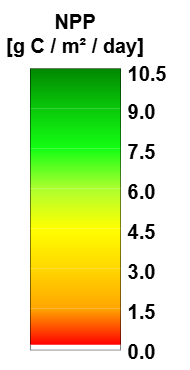
copernicus-land/colourmaps-legends keeps this draw.io diagram as legends/clms_global_npp-npp_300m_v2_10daily.png. Above is the earlier version. Source tidied: cells renumbered, new cells last; positions are measured from the earlier drawing's top-left corner, leaving out a move shared by most shapes. Source of this version:
```xml
<mxGraphModel>
  <root>
    <mxCell id="0" />
    <mxCell id="1" parent="0" />
    <mxCell id="2" style="group;" parent="1" vertex="1">
      <mxGeometry width="190" height="370" as="geometry" />
    </mxCell>
    <mxCell id="3" value="&lt;b&gt;&amp;nbsp;0.0&lt;/b&gt;" style="text;html=1;align=left;verticalAlign=middle;whiteSpace=wrap;rounded=0;fontSize=20;" parent="2" vertex="1">
      <mxGeometry x="120" y="340.5" width="50" height="20" as="geometry" />
    </mxCell>
    <mxCell id="4" value="&lt;b&gt;&amp;nbsp;9.0&lt;/b&gt;" style="text;html=1;align=left;verticalAlign=middle;whiteSpace=wrap;rounded=0;fontSize=20;" parent="2" vertex="1">
      <mxGeometry x="120" y="100.5" width="50" height="20" as="geometry" />
    </mxCell>
    <mxCell id="5" value="NPP&lt;br&gt;[g C / m² / day]" style="text;html=1;align=center;verticalAlign=bottom;whiteSpace=wrap;rounded=0;fontStyle=1;fontSize=20;" parent="2" vertex="1">
      <mxGeometry width="150" height="59.8" as="geometry" />
    </mxCell>
    <mxCell id="6" style="rounded=0;whiteSpace=wrap;html=1;strokeColor=none;fillColor=none;" parent="2" vertex="1">
      <mxGeometry x="10" y="95.5" width="10" height="274.5" as="geometry" />
    </mxCell>
    <mxCell id="7" value="&lt;b&gt;&amp;nbsp;6.0&lt;/b&gt;" style="text;html=1;align=left;verticalAlign=middle;whiteSpace=wrap;rounded=0;fontSize=20;" parent="2" vertex="1">
      <mxGeometry x="120" y="180.5" width="50" height="20" as="geometry" />
    </mxCell>
    <mxCell id="8" value="&lt;b&gt;&amp;nbsp;3.0&lt;/b&gt;" style="text;html=1;align=left;verticalAlign=middle;whiteSpace=wrap;rounded=0;fontSize=20;" parent="2" vertex="1">
      <mxGeometry x="120" y="260.5" width="50" height="20" as="geometry" />
    </mxCell>
    <mxCell id="9" value="&lt;b&gt;&amp;nbsp;7.5&lt;/b&gt;" style="text;html=1;align=left;verticalAlign=middle;whiteSpace=wrap;rounded=0;fontSize=20;" parent="2" vertex="1">
      <mxGeometry x="120" y="140.5" width="50" height="20" as="geometry" />
    </mxCell>
    <mxCell id="10" value="&lt;b&gt;&amp;nbsp;4.5&lt;/b&gt;" style="text;html=1;align=left;verticalAlign=middle;whiteSpace=wrap;rounded=0;fontSize=20;" parent="2" vertex="1">
      <mxGeometry x="120" y="220.5" width="50" height="20" as="geometry" />
    </mxCell>
    <mxCell id="11" value="&lt;b&gt;&amp;nbsp;1.5&lt;/b&gt;" style="text;html=1;align=left;verticalAlign=middle;whiteSpace=wrap;rounded=0;fontSize=20;" parent="2" vertex="1">
      <mxGeometry x="120" y="300.5" width="50" height="20" as="geometry" />
    </mxCell>
    <mxCell id="12" style="rounded=0;whiteSpace=wrap;html=1;strokeColor=none;fillColor=none;" parent="2" vertex="1">
      <mxGeometry x="180" y="95.5" width="10" height="274.5" as="geometry" />
    </mxCell>
    <mxCell id="13" value="&lt;b&gt;&amp;nbsp;10.5&lt;/b&gt;" style="text;html=1;align=left;verticalAlign=middle;whiteSpace=wrap;rounded=0;fontSize=20;" parent="2" vertex="1">
      <mxGeometry x="120" y="63" width="50" height="20" as="geometry" />
    </mxCell>
    <mxCell id="14" style="rounded=0;whiteSpace=wrap;html=1;fillColor=none;strokeColor=#000000;" parent="2" vertex="1">
      <mxGeometry x="30" y="68.5" width="90" height="280.8" as="geometry" />
    </mxCell>
    <mxCell id="15" style="rounded=0;whiteSpace=wrap;html=1;gradientDirection=south;rotation=0;strokeColor=none;" parent="2" vertex="1">
      <mxGeometry x="30" y="344.1" width="90" height="5.1" as="geometry" />
    </mxCell>
    <mxCell id="16" style="rounded=0;whiteSpace=wrap;html=1;gradientColor=light-dark(#FF0000,#FF0000);gradientDirection=south;strokeColor=none;rotation=0;fillColor=light-dark(#FFA500,#FFA500);" parent="2" vertex="1">
      <mxGeometry x="30" y="308.2" width="90" height="36" as="geometry" />
    </mxCell>
    <mxCell id="17" style="rounded=0;whiteSpace=wrap;html=1;gradientColor=light-dark(#FFA500,#FFA500);gradientDirection=south;strokeColor=none;rotation=0;fillColor=light-dark(#FFD700,#FFD700);" parent="2" vertex="1">
      <mxGeometry x="30" y="268.2" width="90" height="40" as="geometry" />
    </mxCell>
    <mxCell id="18" style="rounded=0;whiteSpace=wrap;html=1;gradientColor=light-dark(#FFD700,#FFD700);gradientDirection=south;strokeColor=none;rotation=0;fillColor=light-dark(#FFFF00,#FFFF00);" parent="2" vertex="1">
      <mxGeometry x="30" y="228.2" width="90" height="40" as="geometry" />
    </mxCell>
    <mxCell id="19" style="rounded=0;whiteSpace=wrap;html=1;gradientColor=light-dark(#FFFF00,#FFFF00);gradientDirection=south;strokeColor=none;rotation=0;fillColor=light-dark(#ADFF2F,#ADFF2F);" parent="2" vertex="1">
      <mxGeometry x="30" y="188.2" width="90" height="40" as="geometry" />
    </mxCell>
    <mxCell id="20" style="rounded=0;whiteSpace=wrap;html=1;gradientColor=light-dark(#ADFF2F,#ADFF2F);gradientDirection=south;strokeColor=none;rotation=0;fillColor=light-dark(#14FF14,#14FF14);" parent="2" vertex="1">
      <mxGeometry x="30" y="148.2" width="90" height="40" as="geometry" />
    </mxCell>
    <mxCell id="21" style="rounded=0;whiteSpace=wrap;html=1;gradientColor=light-dark(#14FF14,#14FF14);gradientDirection=south;strokeColor=none;rotation=0;fillColor=light-dark(#0AC80A,#0AC80A);" parent="2" vertex="1">
      <mxGeometry x="30" y="108.2" width="90" height="40" as="geometry" />
    </mxCell>
    <mxCell id="22" style="rounded=0;whiteSpace=wrap;html=1;gradientColor=light-dark(#0AC80A,#0AC80A);gradientDirection=south;strokeColor=none;rotation=0;fillColor=light-dark(#008800,#008800);" parent="2" vertex="1">
      <mxGeometry x="30" y="68.2" width="90" height="40" as="geometry" />
    </mxCell>
  </root>
</mxGraphModel>
```
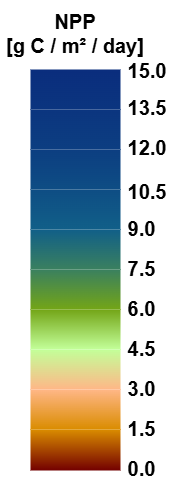
After the change.

Commit message:
DMP, GDMP, GPP, NPP global 300m v2 update

Diff of the diagram source:
```diff
@@ -2,68 +2,80 @@
   <root>
     <mxCell id="0" />
     <mxCell id="1" parent="0" />
-    <mxCell id="2" style="group;" parent="1" vertex="1">
-      <mxGeometry width="190" height="370" as="geometry" />
-    </mxCell>
+    <mxCell id="23" style="group;" parent="1" vertex="1">
+      <mxGeometry x="10" y="-410" width="190" height="487.5" as="geometry" />
+    </mxCell>
-    <mxCell id="3" value="&lt;b&gt;&amp;nbsp;0.0&lt;/b&gt;" style="text;html=1;align=left;verticalAlign=middle;whiteSpace=wrap;rounded=0;fontSize=20;" parent="2" vertex="1">
-      <mxGeometry x="120" y="340.5" width="50" height="20" as="geometry" />
+    <mxCell id="3" value="&lt;b&gt;&amp;nbsp;0.0&lt;/b&gt;" style="text;html=1;align=left;verticalAlign=middle;whiteSpace=wrap;rounded=0;fontSize=20;" parent="23" vertex="1">
+      <mxGeometry x="120" y="458" width="50" height="20" as="geometry" />
     </mxCell>
-    <mxCell id="4" value="&lt;b&gt;&amp;nbsp;9.0&lt;/b&gt;" style="text;html=1;align=left;verticalAlign=middle;whiteSpace=wrap;rounded=0;fontSize=20;" parent="2" vertex="1">
-      <mxGeometry x="120" y="100.5" width="50" height="20" as="geometry" />
+    <mxCell id="4" value="&lt;b&gt;&amp;nbsp;9.0&lt;/b&gt;" style="text;html=1;align=left;verticalAlign=middle;whiteSpace=wrap;rounded=0;fontSize=20;" parent="23" vertex="1">
+      <mxGeometry x="120" y="218" width="50" height="20" as="geometry" />
     </mxCell>
-    <mxCell id="5" value="NPP&lt;br&gt;[g C / m² / day]" style="text;html=1;align=center;verticalAlign=bottom;whiteSpace=wrap;rounded=0;fontStyle=1;fontSize=20;" parent="2" vertex="1">
+    <mxCell id="5" value="NPP&lt;br&gt;[g C / m² / day]" style="text;html=1;align=center;verticalAlign=bottom;whiteSpace=wrap;rounded=0;fontStyle=1;fontSize=20;" parent="23" vertex="1">
       <mxGeometry width="150" height="59.8" as="geometry" />
     </mxCell>
-    <mxCell id="6" style="rounded=0;whiteSpace=wrap;html=1;strokeColor=none;fillColor=none;" parent="2" vertex="1">
+    <mxCell id="6" style="rounded=0;whiteSpace=wrap;html=1;strokeColor=none;fillColor=none;" parent="23" vertex="1">
       <mxGeometry x="10" y="95.5" width="10" height="274.5" as="geometry" />
     </mxCell>
-    <mxCell id="7" value="&lt;b&gt;&amp;nbsp;6.0&lt;/b&gt;" style="text;html=1;align=left;verticalAlign=middle;whiteSpace=wrap;rounded=0;fontSize=20;" parent="2" vertex="1">
-      <mxGeometry x="120" y="180.5" width="50" height="20" as="geometry" />
+    <mxCell id="7" value="&lt;b&gt;&amp;nbsp;6.0&lt;/b&gt;" style="text;html=1;align=left;verticalAlign=middle;whiteSpace=wrap;rounded=0;fontSize=20;" parent="23" vertex="1">
+      <mxGeometry x="120" y="298" width="50" height="20" as="geometry" />
     </mxCell>
-    <mxCell id="8" value="&lt;b&gt;&amp;nbsp;3.0&lt;/b&gt;" style="text;html=1;align=left;verticalAlign=middle;whiteSpace=wrap;rounded=0;fontSize=20;" parent="2" vertex="1">
-      <mxGeometry x="120" y="260.5" width="50" height="20" as="geometry" />
+    <mxCell id="8" value="&lt;b&gt;&amp;nbsp;3.0&lt;/b&gt;" style="text;html=1;align=left;verticalAlign=middle;whiteSpace=wrap;rounded=0;fontSize=20;" parent="23" vertex="1">
+      <mxGeometry x="120" y="378" width="50" height="20" as="geometry" />
     </mxCell>
-    <mxCell id="9" value="&lt;b&gt;&amp;nbsp;7.5&lt;/b&gt;" style="text;html=1;align=left;verticalAlign=middle;whiteSpace=wrap;rounded=0;fontSize=20;" parent="2" vertex="1">
-      <mxGeometry x="120" y="140.5" width="50" height="20" as="geometry" />
+    <mxCell id="9" value="&lt;b&gt;&amp;nbsp;7.5&lt;/b&gt;" style="text;html=1;align=left;verticalAlign=middle;whiteSpace=wrap;rounded=0;fontSize=20;" parent="23" vertex="1">
+      <mxGeometry x="120" y="258" width="50" height="20" as="geometry" />
     </mxCell>
-    <mxCell id="10" value="&lt;b&gt;&amp;nbsp;4.5&lt;/b&gt;" style="text;html=1;align=left;verticalAlign=middle;whiteSpace=wrap;rounded=0;fontSize=20;" parent="2" vertex="1">
-      <mxGeometry x="120" y="220.5" width="50" height="20" as="geometry" />
+    <mxCell id="10" value="&lt;b&gt;&amp;nbsp;4.5&lt;/b&gt;" style="text;html=1;align=left;verticalAlign=middle;whiteSpace=wrap;rounded=0;fontSize=20;" parent="23" vertex="1">
+      <mxGeometry x="120" y="338" width="50" height="20" as="geometry" />
     </mxCell>
-    <mxCell id="11" value="&lt;b&gt;&amp;nbsp;1.5&lt;/b&gt;" style="text;html=1;align=left;verticalAlign=middle;whiteSpace=wrap;rounded=0;fontSize=20;" parent="2" vertex="1">
-      <mxGeometry x="120" y="300.5" width="50" height="20" as="geometry" />
+    <mxCell id="11" value="&lt;b&gt;&amp;nbsp;1.5&lt;/b&gt;" style="text;html=1;align=left;verticalAlign=middle;whiteSpace=wrap;rounded=0;fontSize=20;" parent="23" vertex="1">
+      <mxGeometry x="120" y="418" width="50" height="20" as="geometry" />
     </mxCell>
-    <mxCell id="12" style="rounded=0;whiteSpace=wrap;html=1;strokeColor=none;fillColor=none;" parent="2" vertex="1">
-      <mxGeometry x="180" y="95.5" width="10" height="274.5" as="geometry" />
-    </mxCell>
+    <mxCell id="24" style="rounded=0;whiteSpace=wrap;html=1;strokeColor=none;fillColor=none;" parent="23" vertex="1">
+      <mxGeometry x="180" y="213" width="10" height="274.5" as="geometry" />
+    </mxCell>
-    <mxCell id="13" value="&lt;b&gt;&amp;nbsp;10.5&lt;/b&gt;" style="text;html=1;align=left;verticalAlign=middle;whiteSpace=wrap;rounded=0;fontSize=20;" parent="2" vertex="1">
-      <mxGeometry x="120" y="63" width="50" height="20" as="geometry" />
+    <mxCell id="13" value="&lt;b&gt;&amp;nbsp;10.5&lt;/b&gt;" style="text;html=1;align=left;verticalAlign=middle;whiteSpace=wrap;rounded=0;fontSize=20;" parent="23" vertex="1">
+      <mxGeometry x="120" y="180.5" width="50" height="20" as="geometry" />
     </mxCell>
-    <mxCell id="14" style="rounded=0;whiteSpace=wrap;html=1;fillColor=none;strokeColor=#000000;" parent="2" vertex="1">
-      <mxGeometry x="30" y="68.5" width="90" height="280.8" as="geometry" />
-    </mxCell>
-    <mxCell id="15" style="rounded=0;whiteSpace=wrap;html=1;gradientDirection=south;rotation=0;strokeColor=none;" parent="2" vertex="1">
-      <mxGeometry x="30" y="344.1" width="90" height="5.1" as="geometry" />
-    </mxCell>
-    <mxCell id="16" style="rounded=0;whiteSpace=wrap;html=1;gradientColor=light-dark(#FF0000,#FF0000);gradientDirection=south;strokeColor=none;rotation=0;fillColor=light-dark(#FFA500,#FFA500);" parent="2" vertex="1">
-      <mxGeometry x="30" y="308.2" width="90" height="36" as="geometry" />
-    </mxCell>
-    <mxCell id="17" style="rounded=0;whiteSpace=wrap;html=1;gradientColor=light-dark(#FFA500,#FFA500);gradientDirection=south;strokeColor=none;rotation=0;fillColor=light-dark(#FFD700,#FFD700);" parent="2" vertex="1">
-      <mxGeometry x="30" y="268.2" width="90" height="40" as="geometry" />
-    </mxCell>
-    <mxCell id="18" style="rounded=0;whiteSpace=wrap;html=1;gradientColor=light-dark(#FFD700,#FFD700);gradientDirection=south;strokeColor=none;rotation=0;fillColor=light-dark(#FFFF00,#FFFF00);" parent="2" vertex="1">
-      <mxGeometry x="30" y="228.2" width="90" height="40" as="geometry" />
-    </mxCell>
-    <mxCell id="19" style="rounded=0;whiteSpace=wrap;html=1;gradientColor=light-dark(#FFFF00,#FFFF00);gradientDirection=south;strokeColor=none;rotation=0;fillColor=light-dark(#ADFF2F,#ADFF2F);" parent="2" vertex="1">
-      <mxGeometry x="30" y="188.2" width="90" height="40" as="geometry" />
-    </mxCell>
-    <mxCell id="20" style="rounded=0;whiteSpace=wrap;html=1;gradientColor=light-dark(#ADFF2F,#ADFF2F);gradientDirection=south;strokeColor=none;rotation=0;fillColor=light-dark(#14FF14,#14FF14);" parent="2" vertex="1">
-      <mxGeometry x="30" y="148.2" width="90" height="40" as="geometry" />
-    </mxCell>
-    <mxCell id="21" style="rounded=0;whiteSpace=wrap;html=1;gradientColor=light-dark(#14FF14,#14FF14);gradientDirection=south;strokeColor=none;rotation=0;fillColor=light-dark(#0AC80A,#0AC80A);" parent="2" vertex="1">
-      <mxGeometry x="30" y="108.2" width="90" height="40" as="geometry" />
-    </mxCell>
-    <mxCell id="22" style="rounded=0;whiteSpace=wrap;html=1;gradientColor=light-dark(#0AC80A,#0AC80A);gradientDirection=south;strokeColor=none;rotation=0;fillColor=light-dark(#008800,#008800);" parent="2" vertex="1">
-      <mxGeometry x="30" y="68.2" width="90" height="40" as="geometry" />
-    </mxCell>
+    <mxCell id="25" style="rounded=0;whiteSpace=wrap;html=1;gradientColor=light-dark(#DA8C00,#DA8C00);gradientDirection=south;strokeColor=none;rotation=0;fillColor=light-dark(#FFB787,#FFB787);" parent="23" vertex="1">
+      <mxGeometry x="30" y="389" width="90" height="40" as="geometry" />
+    </mxCell>
+    <mxCell id="26" style="rounded=0;whiteSpace=wrap;html=1;gradientColor=light-dark(#FFB787,#FFB787);gradientDirection=south;strokeColor=none;rotation=0;fillColor=light-dark(#C3FF99,#C3FF99);" parent="23" vertex="1">
+      <mxGeometry x="30" y="349" width="90" height="40" as="geometry" />
+    </mxCell>
+    <mxCell id="27" style="rounded=0;whiteSpace=wrap;html=1;gradientColor=light-dark(#C3FF99,#C3FF99);gradientDirection=south;strokeColor=none;rotation=0;fillColor=light-dark(#73A517,#73A517);" parent="23" vertex="1">
+      <mxGeometry x="30" y="309" width="90" height="40" as="geometry" />
+    </mxCell>
+    <mxCell id="28" style="rounded=0;whiteSpace=wrap;html=1;gradientColor=light-dark(#73A517,#73A517);gradientDirection=south;strokeColor=none;rotation=0;fillColor=light-dark(#3A805F,#3A805F);" parent="23" vertex="1">
+      <mxGeometry x="30" y="269" width="90" height="40" as="geometry" />
+    </mxCell>
+    <mxCell id="29" style="rounded=0;whiteSpace=wrap;html=1;gradientColor=light-dark(#3A805F,#3A805F);gradientDirection=south;strokeColor=none;rotation=0;fillColor=light-dark(#115F88,#115F88);" parent="23" vertex="1">
+      <mxGeometry x="30" y="229" width="90" height="40" as="geometry" />
+    </mxCell>
+    <mxCell id="30" style="rounded=0;whiteSpace=wrap;html=1;gradientColor=light-dark(#115F88,#115F88);gradientDirection=south;strokeColor=none;rotation=0;fillColor=light-dark(#0E4D84,#0E4D84);" parent="23" vertex="1">
+      <mxGeometry x="30" y="189" width="90" height="40" as="geometry" />
+    </mxCell>
+    <mxCell id="31" style="rounded=0;whiteSpace=wrap;html=1;gradientColor=light-dark(#730000,#730000);gradientDirection=south;strokeColor=none;rotation=0;fillColor=light-dark(#DA8C00,#DA8C00);" parent="23" vertex="1">
+      <mxGeometry x="30" y="429" width="90" height="41" as="geometry" />
+    </mxCell>
+    <mxCell id="32" style="rounded=0;whiteSpace=wrap;html=1;gradientColor=light-dark(#0E4D84,#0E4D84);gradientDirection=south;strokeColor=none;rotation=0;fillColor=light-dark(#0C3E81,#0C3E81);" parent="23" vertex="1">
+      <mxGeometry x="30" y="149" width="90" height="40" as="geometry" />
+    </mxCell>
+    <mxCell id="33" style="rounded=0;whiteSpace=wrap;html=1;gradientColor=light-dark(#0C3E81,#0C3E81);gradientDirection=south;strokeColor=none;rotation=0;fillColor=light-dark(#0B357F,#0B357F);" parent="23" vertex="1">
+      <mxGeometry x="30" y="109" width="90" height="40" as="geometry" />
+    </mxCell>
+    <mxCell id="34" style="rounded=0;whiteSpace=wrap;html=1;gradientColor=light-dark(#0B357F,#0B357F);gradientDirection=south;strokeColor=none;rotation=0;fillColor=light-dark(#0A2D7D,#0A2D7D);" parent="23" vertex="1">
+      <mxGeometry x="30" y="69" width="90" height="40" as="geometry" />
+    </mxCell>
+    <mxCell id="35" value="&lt;b&gt;&amp;nbsp;13.5&lt;/b&gt;" style="text;html=1;align=left;verticalAlign=middle;whiteSpace=wrap;rounded=0;fontSize=20;" parent="23" vertex="1">
+      <mxGeometry x="120" y="97.2" width="50" height="20" as="geometry" />
+    </mxCell>
+    <mxCell id="36" value="&lt;b&gt;&amp;nbsp;12.0&lt;/b&gt;" style="text;html=1;align=left;verticalAlign=middle;whiteSpace=wrap;rounded=0;fontSize=20;" parent="23" vertex="1">
+      <mxGeometry x="120" y="137.2" width="50" height="20" as="geometry" />
+    </mxCell>
+    <mxCell id="37" value="&lt;b&gt;&amp;nbsp;15.0&lt;/b&gt;" style="text;html=1;align=left;verticalAlign=middle;whiteSpace=wrap;rounded=0;fontSize=20;" parent="23" vertex="1">
+      <mxGeometry x="120" y="59.8" width="50" height="20" as="geometry" />
+    </mxCell>
   </root>
 </mxGraphModel>
```
